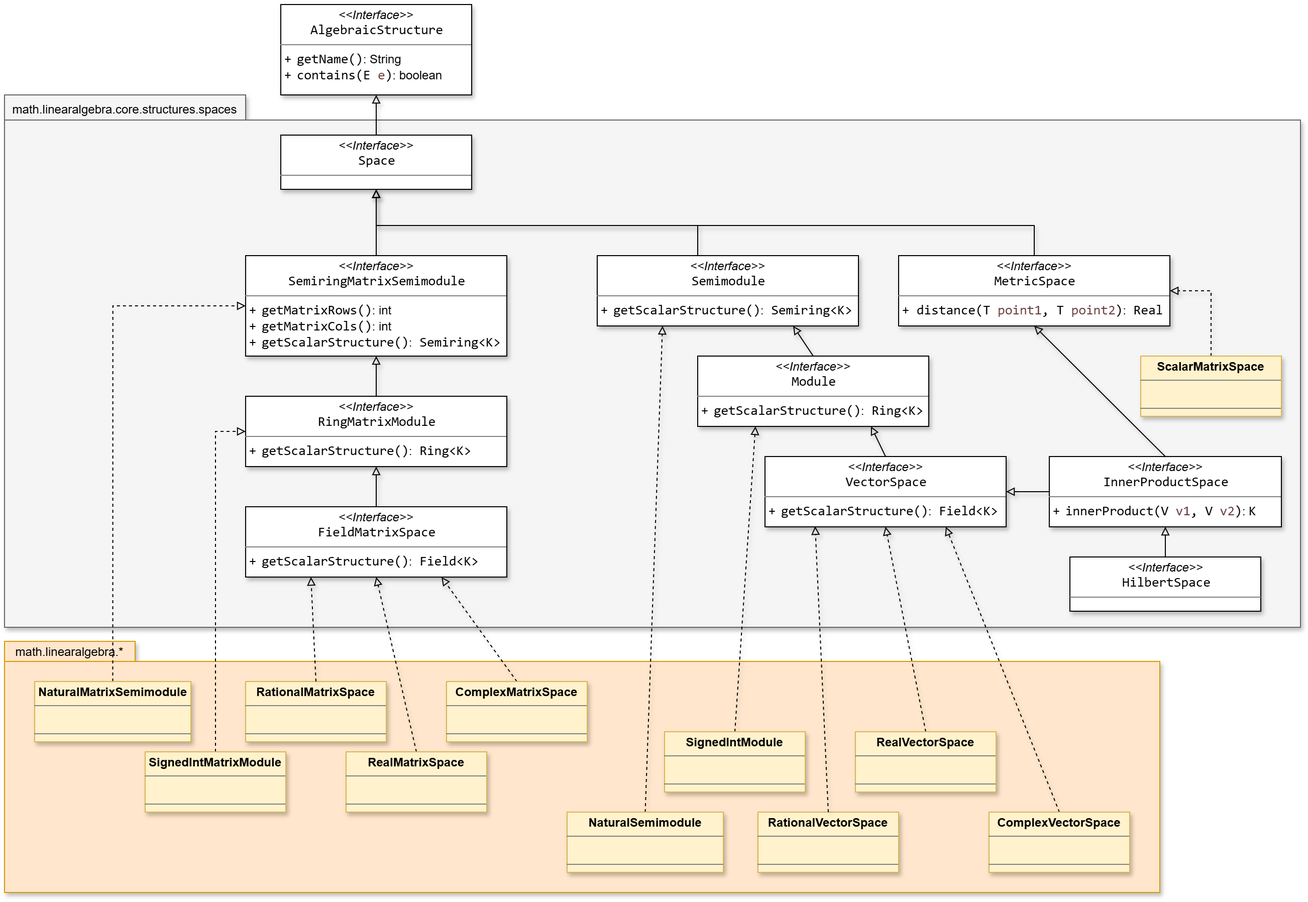
Above: resources/SMFN-linearalgebra-spaces.drawio.png in gom9000/SMFN (draw.io), before the change. Source tidied: cells renumbered, new cells last; positions are measured from the earlier drawing's top-left corner, leaving out a move shared by most shapes.
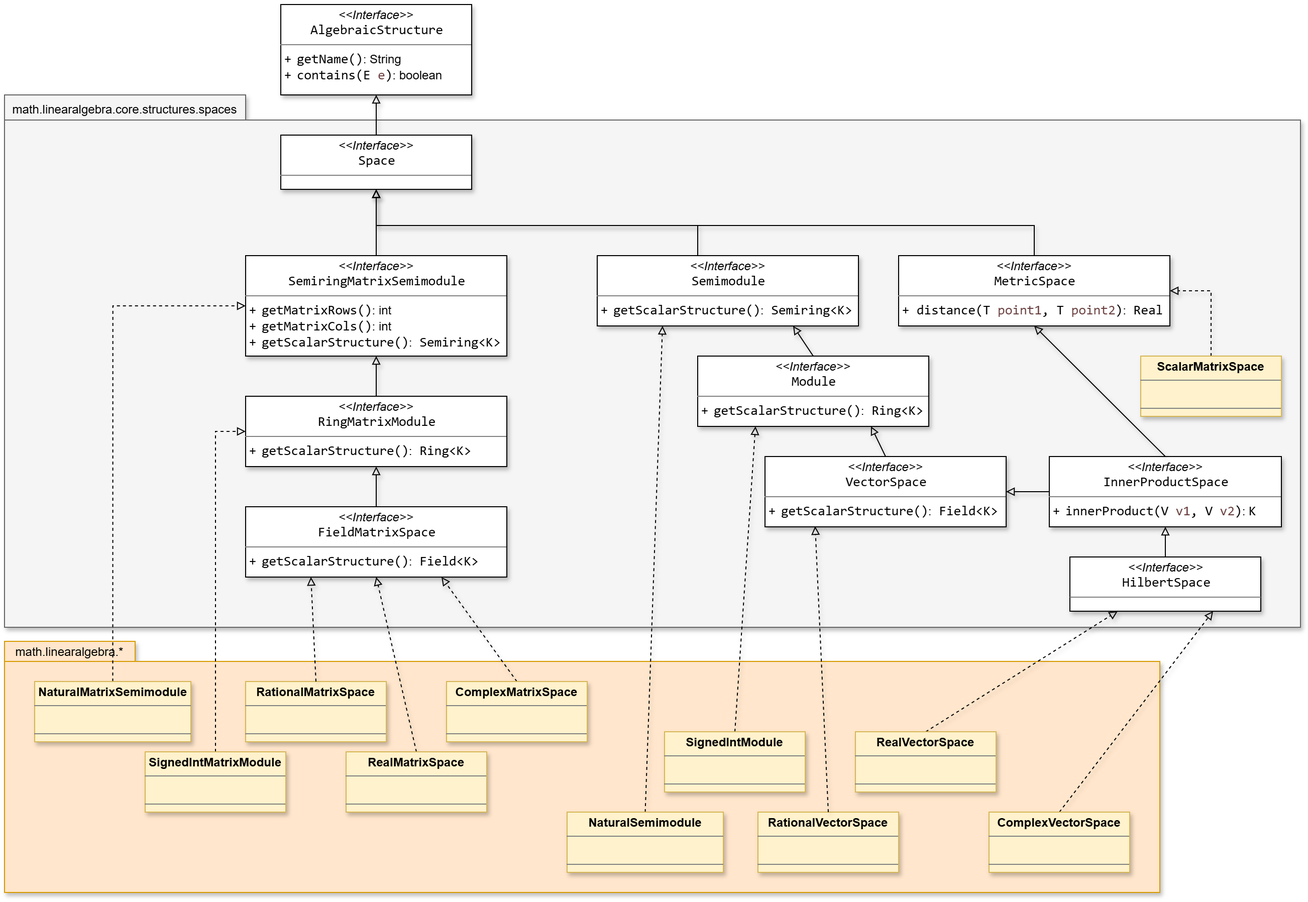
Later version of the same file.

What changed in the source:
```diff
@@ -121,13 +121,13 @@
     <mxCell id="37" style="rounded=0;jettySize=auto;html=1;exitX=0.5;exitY=0;exitDx=0;exitDy=0;entryX=0.25;entryY=1;entryDx=0;entryDy=0;shadow=1;dashed=1;strokeColor=default;align=center;verticalAlign=middle;fontFamily=Helvetica;fontSize=11;fontColor=default;labelBackgroundColor=default;endArrow=block;endFill=0;" parent="1" edge="1" source="32" target="31">
       <mxGeometry relative="1" as="geometry" />
     </mxCell>
-    <mxCell id="38" style="rounded=0;jettySize=auto;html=1;exitX=0.5;exitY=0;exitDx=0;exitDy=0;entryX=0.5;entryY=1;entryDx=0;entryDy=0;shadow=1;dashed=1;strokeColor=default;align=center;verticalAlign=middle;fontFamily=Helvetica;fontSize=11;fontColor=default;labelBackgroundColor=default;endArrow=block;endFill=0;" parent="1" edge="1" source="39" target="17">
+    <mxCell id="38" style="rounded=0;jettySize=auto;html=1;exitX=0.5;exitY=0;exitDx=0;exitDy=0;entryX=0.25;entryY=1;entryDx=0;entryDy=0;shadow=1;dashed=1;strokeColor=default;align=center;verticalAlign=middle;fontFamily=Helvetica;fontSize=11;fontColor=default;labelBackgroundColor=default;endArrow=block;endFill=0;" parent="1" edge="1" source="39" target="26">
       <mxGeometry relative="1" as="geometry" />
     </mxCell>
     <mxCell id="39" value="&lt;p style=&quot;margin:0px;margin-top:4px;text-align:center;&quot;&gt;&lt;b&gt;RealVectorSpace&lt;/b&gt;&lt;/p&gt;&lt;hr size=&quot;1&quot; style=&quot;border-style:solid;&quot;&gt;&lt;p style=&quot;margin:0px;margin-left:4px;&quot;&gt;&lt;br&gt;&lt;/p&gt;&lt;hr size=&quot;1&quot; style=&quot;border-style:solid;&quot;&gt;&lt;p style=&quot;margin:0px;margin-left:4px;&quot;&gt;&lt;br&gt;&lt;/p&gt;" style="verticalAlign=top;align=left;overflow=fill;html=1;whiteSpace=wrap;fillColor=#fff2cc;strokeColor=#d6b656;labelBackgroundColor=none;shadow=1;" parent="1" vertex="1">
       <mxGeometry x="847" y="724" width="140" height="60" as="geometry" />
     </mxCell>
-    <mxCell id="40" style="rounded=0;jettySize=auto;html=1;exitX=0.5;exitY=0;exitDx=0;exitDy=0;entryX=0.75;entryY=1;entryDx=0;entryDy=0;shadow=1;dashed=1;strokeColor=default;align=center;verticalAlign=middle;fontFamily=Helvetica;fontSize=11;fontColor=default;labelBackgroundColor=default;endArrow=block;endFill=0;" parent="1" edge="1" source="41" target="17">
+    <mxCell id="40" style="rounded=0;jettySize=auto;html=1;exitX=0.5;exitY=0;exitDx=0;exitDy=0;entryX=0.75;entryY=1;entryDx=0;entryDy=0;shadow=1;dashed=1;strokeColor=default;align=center;verticalAlign=middle;fontFamily=Helvetica;fontSize=11;fontColor=default;labelBackgroundColor=default;endArrow=block;endFill=0;" parent="1" edge="1" source="41" target="26">
       <mxGeometry relative="1" as="geometry" />
     </mxCell>
     <mxCell id="41" value="&lt;p style=&quot;margin:0px;margin-top:4px;text-align:center;&quot;&gt;&lt;b&gt;ComplexVectorSpace&lt;/b&gt;&lt;/p&gt;&lt;hr size=&quot;1&quot; style=&quot;border-style:solid;&quot;&gt;&lt;p style=&quot;margin:0px;margin-left:4px;&quot;&gt;&lt;br&gt;&lt;/p&gt;&lt;hr size=&quot;1&quot; style=&quot;border-style:solid;&quot;&gt;&lt;p style=&quot;margin:0px;margin-left:4px;&quot;&gt;&lt;br&gt;&lt;/p&gt;" style="verticalAlign=top;align=left;overflow=fill;html=1;whiteSpace=wrap;fillColor=#fff2cc;strokeColor=#d6b656;labelBackgroundColor=none;shadow=1;" parent="1" vertex="1">
```
